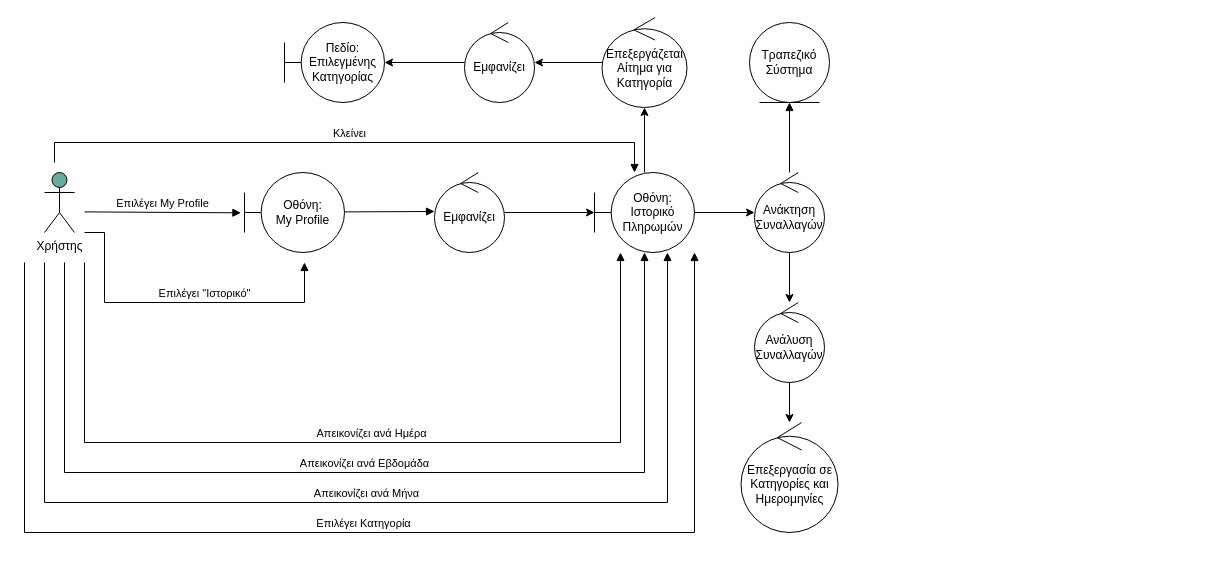
VasilisKyriakos/financial-wallet keeps this draw.io diagram as 3ο Παραδοτέο/Robustness/11. History/history.drawio. Above is the earlier version. Source tidied: cells renumbered, new cells numbered last; positions are measured from the earlier drawing's top-left corner, leaving out a move shared by most shapes. Both pictures are drawn from the tidied source at 100%, with x=0, y=0 at pixel (24, 17).
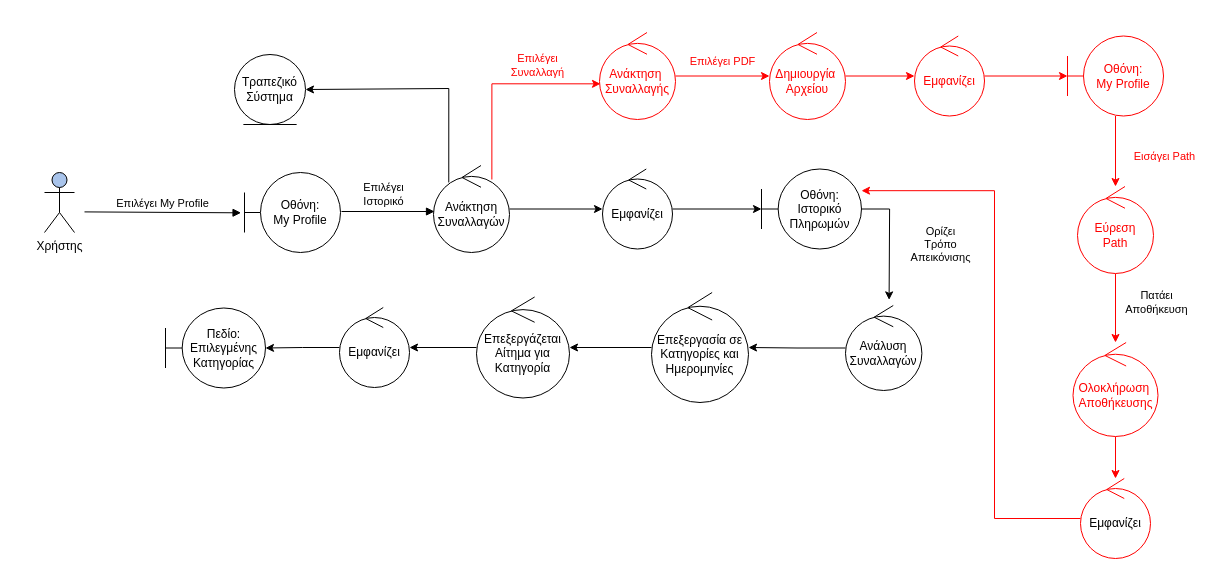
The same page after the edit.

The edit, as a diff of the source:
```diff
@@
-    <mxCell id="2" value="Χρήστης&lt;br&gt;" style="shape=umlActor;verticalLabelPosition=bottom;verticalAlign=top;html=1;fillColor=#67AB9F;" parent="1" vertex="1">
+    <mxCell id="2" value="Χρήστης&lt;br&gt;" style="shape=umlActor;verticalLabelPosition=bottom;verticalAlign=top;html=1;fillColor=#A9C4EB;" parent="1" vertex="1">
       <mxGeometry x="20" y="155" width="30" height="60" as="geometry" />
     </mxCell>
     <mxCell id="3" value="Οθόνη: &lt;br&gt;My Profile" style="shape=umlBoundary;whiteSpace=wrap;html=1;" parent="1" vertex="1">
-      <mxGeometry x="220" y="155" width="100" height="80" as="geometry" />
+      <mxGeometry x="220" y="155" width="96" height="80" as="geometry" />
     </mxCell>
@@
-    <mxCell id="5" style="edgeStyle=orthogonalEdgeStyle;rounded=0;jettySize=auto;html=1;" parent="1" edge="1" source="6" target="11">
-      <mxGeometry relative="1" as="geometry" />
-    </mxCell>
+    <mxCell id="29" style="edgeStyle=orthogonalEdgeStyle;rounded=0;jettySize=auto;html=1;" parent="1" edge="1" source="6" target="14">
+      <mxGeometry relative="1" as="geometry" />
+    </mxCell>
+    <mxCell id="30" style="edgeStyle=orthogonalEdgeStyle;rounded=0;jettySize=auto;html=1;entryX=1;entryY=0.5;entryDx=0;entryDy=0;exitX=0.201;exitY=0.195;exitDx=0;exitDy=0;exitPerimeter=0;" parent="1" edge="1" source="6" target="8">
+      <mxGeometry relative="1" as="geometry">
+        <Array as="points">
+          <mxPoint x="425" y="71" />
+        </Array>
+      </mxGeometry>
+    </mxCell>
+    <mxCell id="31" style="edgeStyle=orthogonalEdgeStyle;rounded=0;jettySize=auto;html=1;entryX=0.013;entryY=0.59;entryDx=0;entryDy=0;entryPerimeter=0;exitX=0.768;exitY=0.161;exitDx=0;exitDy=0;exitPerimeter=0;strokeColor=#FF0000;" parent="1" edge="1" source="6" target="39">
+      <mxGeometry relative="1" as="geometry">
+        <Array as="points">
+          <mxPoint x="467" y="66" />
+        </Array>
+      </mxGeometry>
+    </mxCell>
+    <mxCell id="32" value="Επιλέγει &lt;br&gt;Συναλλαγή" style="edgeLabel;html=1;align=center;verticalAlign=middle;fontColor=#FF0000;" parent="31" vertex="1">
+      <mxGeometry x="0.35" relative="1" as="geometry">
+        <mxPoint x="3" y="-19" as="offset" />
+      </mxGeometry>
+    </mxCell>
     <mxCell id="6" value="Ανάκτηση Συναλλαγών" style="ellipse;shape=umlControl;whiteSpace=wrap;html=1;" parent="1" vertex="1">
-      <mxGeometry x="730" y="155" width="70" height="80" as="geometry" />
+      <mxGeometry x="409" y="148" width="76" height="87" as="geometry" />
     </mxCell>
     <mxCell id="7" style="html=1;verticalAlign=bottom;endArrow=block;rounded=0;" parent="1" edge="1">
       <mxGeometry relative="1" as="geometry">
-        <mxPoint x="320" y="194.4" as="sourcePoint" />
+        <mxPoint x="317" y="194" as="sourcePoint" />
         <mxPoint x="410" y="194" as="targetPoint" />
       </mxGeometry>
     </mxCell>
+    <mxCell id="33" value="Επιλέγει &lt;br&gt;Ιστορικό" style="edgeLabel;html=1;align=center;verticalAlign=middle;" parent="7" vertex="1">
+      <mxGeometry x="-0.21" y="-2" relative="1" as="geometry">
+        <mxPoint x="4" y="-20" as="offset" />
+      </mxGeometry>
+    </mxCell>
     <mxCell id="8" value="Τραπεζικό Σύστημα" style="ellipse;shape=umlEntity;whiteSpace=wrap;html=1;" parent="1" vertex="1">
-      <mxGeometry x="725" y="5" width="80" height="80" as="geometry" />
+      <mxGeometry x="210" y="37" width="71" height="70" as="geometry" />
     </mxCell>
-    <mxCell id="9" style="html=1;verticalAlign=bottom;endArrow=block;rounded=0;entryX=0.5;entryY=1;entryDx=0;entryDy=0;" parent="1" edge="1" target="8">
-      <mxGeometry relative="1" as="geometry">
-        <mxPoint x="765" y="155" as="sourcePoint" />
-      </mxGeometry>
-    </mxCell>
@@
     <mxCell id="11" value="Ανάλυση Συναλλαγών" style="ellipse;shape=umlControl;whiteSpace=wrap;html=1;" parent="1" vertex="1">
-      <mxGeometry x="730" y="285" width="70" height="80" as="geometry" />
+      <mxGeometry x="821" y="288" width="76.4" height="85" as="geometry" />
     </mxCell>
+    <mxCell id="34" style="edgeStyle=orthogonalEdgeStyle;rounded=0;jettySize=auto;html=1;" parent="1" edge="1" source="12" target="23">
+      <mxGeometry relative="1" as="geometry" />
+    </mxCell>
     <mxCell id="12" value="Επεξεργασία σε Κατηγορίες και Ημερομηνίες" style="ellipse;shape=umlControl;whiteSpace=wrap;html=1;" parent="1" vertex="1">
-      <mxGeometry x="716.5" y="405" width="97" height="110" as="geometry" />
+      <mxGeometry x="627" y="275" width="97" height="110" as="geometry" />
     </mxCell>
-    <mxCell id="13" style="edgeStyle=orthogonalEdgeStyle;rounded=0;jettySize=auto;html=1;" parent="1" edge="1" source="14" target="17">
-      <mxGeometry relative="1" as="geometry" />
-    </mxCell>
-    <mxCell id="14" value="Εμφανίζει" style="ellipse;shape=umlControl;whiteSpace=wrap;html=1;" parent="1" vertex="1">
-      <mxGeometry x="410" y="155" width="70" height="80" as="geometry" />
-    </mxCell>
-    <mxCell id="15" style="edgeStyle=orthogonalEdgeStyle;rounded=0;jettySize=auto;html=1;" parent="1" edge="1" source="17" target="6">
-      <mxGeometry relative="1" as="geometry" />
-    </mxCell>
-    <mxCell id="16" style="edgeStyle=orthogonalEdgeStyle;rounded=0;jettySize=auto;html=1;" parent="1" edge="1" source="17" target="23">
-      <mxGeometry relative="1" as="geometry" />
-    </mxCell>
+    <mxCell id="35" style="edgeStyle=orthogonalEdgeStyle;rounded=0;jettySize=auto;html=1;" parent="1" edge="1" source="17">
+      <mxGeometry relative="1" as="geometry">
+        <mxPoint x="864.6" y="282.4" as="targetPoint" />
+      </mxGeometry>
+    </mxCell>
+    <mxCell id="36" value="Ορίζει &lt;br&gt;Τρόπο &lt;br&gt;Απεικόνισης" style="edgeLabel;html=1;align=center;verticalAlign=middle;" parent="35" vertex="1">
+      <mxGeometry x="-0.03" y="-2" relative="1" as="geometry">
+        <mxPoint x="53" y="5" as="offset" />
+      </mxGeometry>
+    </mxCell>
     <mxCell id="17" value="Οθόνη: Ιστορικό Πληρωμών" style="shape=umlBoundary;whiteSpace=wrap;html=1;" parent="1" vertex="1">
-      <mxGeometry x="570" y="155" width="100" height="80" as="geometry" />
+      <mxGeometry x="737" y="151.5" width="100" height="80" as="geometry" />
     </mxCell>
-    <mxCell id="18" value="Απεικονίζει ανά Ημέρα" style="html=1;verticalAlign=bottom;endArrow=block;rounded=0;entryX=0.26;entryY=1;entryDx=0;entryDy=0;entryPerimeter=0;" parent="1" edge="1" target="17">
-      <mxGeometry x="0.03" relative="1" as="geometry">
-        <mxPoint x="60" y="245" as="sourcePoint" />
-        <Array as="points">
-          <mxPoint x="60" y="425" />
-          <mxPoint x="596" y="425" />
-        </Array>
-      </mxGeometry>
-    </mxCell>
-    <mxCell id="19" value="Απεικονίζει ανά Εβδομάδα" style="html=1;verticalAlign=bottom;endArrow=block;rounded=0;" parent="1" edge="1">
-      <mxGeometry x="0.01" relative="1" as="geometry">
-        <mxPoint x="40" y="245" as="sourcePoint" />
-        <mxPoint x="620" y="235" as="targetPoint" />
-        <Array as="points">
-          <mxPoint x="40" y="455" />
-          <mxPoint x="620" y="455" />
-        </Array>
-      </mxGeometry>
-    </mxCell>
-    <mxCell id="20" value="Απεικονίζει ανά Μήνα" style="html=1;verticalAlign=bottom;endArrow=block;rounded=0;" parent="1" edge="1">
-      <mxGeometry x="0.01" relative="1" as="geometry">
-        <mxPoint x="20" y="245" as="sourcePoint" />
-        <mxPoint x="643" y="235" as="targetPoint" />
-        <Array as="points">
-          <mxPoint x="20" y="485" />
-          <mxPoint x="643" y="485" />
-        </Array>
-      </mxGeometry>
-    </mxCell>
-    <mxCell id="21" value="Επιλέγει Κατηγορία" style="html=1;verticalAlign=bottom;endArrow=block;rounded=0;" parent="1" edge="1">
-      <mxGeometry relative="1" as="geometry">
-        <mxPoint y="245" as="sourcePoint" />
-        <mxPoint x="670" y="235" as="targetPoint" />
-        <Array as="points">
-          <mxPoint y="515" />
-          <mxPoint x="670" y="515" />
-        </Array>
-        <mxPoint x="-1" as="offset" />
-      </mxGeometry>
-    </mxCell>
@@
     <mxCell id="23" value="Επεξεργάζεται Αίτημα για Κατηγορία" style="ellipse;shape=umlControl;whiteSpace=wrap;html=1;" parent="1" vertex="1">
-      <mxGeometry x="577.5" width="85" height="90" as="geometry" />
+      <mxGeometry x="452" y="279.5" width="93" height="101" as="geometry" />
     </mxCell>
@@
     <mxCell id="25" value="Εμφανίζει" style="ellipse;shape=umlControl;whiteSpace=wrap;html=1;" parent="1" vertex="1">
-      <mxGeometry x="440" y="5" width="70" height="80" as="geometry" />
+      <mxGeometry x="315" y="290" width="70" height="80" as="geometry" />
     </mxCell>
     <mxCell id="26" value="Πεδίο:&lt;br&gt;Επιλεγμένης Κατηγορίας" style="shape=umlBoundary;whiteSpace=wrap;html=1;" parent="1" vertex="1">
-      <mxGeometry x="260" y="5" width="100" height="80" as="geometry" />
+      <mxGeometry x="141" y="290.5" width="100" height="80" as="geometry" />
     </mxCell>
-    <mxCell id="27" value="Κλείνει" style="html=1;verticalAlign=bottom;endArrow=block;rounded=0;entryX=0.4;entryY=0;entryDx=0;entryDy=0;entryPerimeter=0;" parent="1" edge="1" target="17">
-      <mxGeometry relative="1" as="geometry">
-        <mxPoint x="30" y="145" as="sourcePoint" />
-        <Array as="points">
-          <mxPoint x="30" y="125" />
-          <mxPoint x="610" y="125" />
-        </Array>
-      </mxGeometry>
-    </mxCell>
-    <mxCell id="28" value="Επιλέγει &quot;Ιστορικό&quot;" style="html=1;verticalAlign=bottom;endArrow=block;rounded=0;" parent="1" edge="1">
-      <mxGeometry x="0.15" relative="1" as="geometry">
-        <mxPoint x="60" y="215" as="sourcePoint" />
-        <mxPoint x="280" y="245" as="targetPoint" />
-        <Array as="points">
-          <mxPoint x="80" y="215" />
-          <mxPoint x="80" y="285" />
-          <mxPoint x="280" y="285" />
-        </Array>
-      </mxGeometry>
-    </mxCell>
+    <mxCell id="13" style="edgeStyle=orthogonalEdgeStyle;rounded=0;jettySize=auto;html=1;" parent="1" edge="1" source="14" target="17">
+      <mxGeometry relative="1" as="geometry" />
+    </mxCell>
+    <mxCell id="14" value="Εμφανίζει" style="ellipse;shape=umlControl;whiteSpace=wrap;html=1;" parent="1" vertex="1">
+      <mxGeometry x="578" y="151.5" width="70" height="80" as="geometry" />
+    </mxCell>
+    <mxCell id="37" style="edgeStyle=orthogonalEdgeStyle;rounded=0;jettySize=auto;html=1;strokeColor=#FF0000;" parent="1" edge="1" source="39" target="41">
+      <mxGeometry relative="1" as="geometry" />
+    </mxCell>
+    <mxCell id="38" value="Επιλέγει&amp;nbsp;PDF" style="edgeLabel;html=1;align=center;verticalAlign=middle;fontColor=#FF0000;" parent="37" vertex="1">
+      <mxGeometry x="-0.16" y="3" relative="1" as="geometry">
+        <mxPoint x="7" y="-12" as="offset" />
+      </mxGeometry>
+    </mxCell>
+    <mxCell id="39" value="&lt;font color=&quot;#ff0000&quot;&gt;Ανάκτηση&amp;nbsp;&lt;br&gt;Συναλλαγής&lt;/font&gt;" style="ellipse;shape=umlControl;whiteSpace=wrap;html=1;strokeColor=#FF0000;" parent="1" vertex="1">
+      <mxGeometry x="575" y="15" width="76" height="87" as="geometry" />
+    </mxCell>
+    <mxCell id="40" style="edgeStyle=orthogonalEdgeStyle;rounded=0;jettySize=auto;html=1;strokeColor=#FF0000;" parent="1" edge="1" source="41" target="43">
+      <mxGeometry relative="1" as="geometry" />
+    </mxCell>
+    <mxCell id="41" value="&lt;font color=&quot;#ff0000&quot;&gt;Δημιουργία&amp;nbsp;&lt;br&gt;Αρχείου&lt;/font&gt;" style="ellipse;shape=umlControl;whiteSpace=wrap;html=1;strokeColor=#FF0000;" parent="1" vertex="1">
+      <mxGeometry x="745" y="15" width="76" height="87" as="geometry" />
+    </mxCell>
+    <mxCell id="42" style="edgeStyle=orthogonalEdgeStyle;rounded=0;jettySize=auto;html=1;strokeColor=#FF0000;" parent="1" edge="1" source="43" target="46">
+      <mxGeometry relative="1" as="geometry" />
+    </mxCell>
+    <mxCell id="43" value="&lt;font color=&quot;#ff0000&quot;&gt;Εμφανίζει&lt;/font&gt;" style="ellipse;shape=umlControl;whiteSpace=wrap;html=1;strokeColor=#FF0000;" parent="1" vertex="1">
+      <mxGeometry x="890" y="18.5" width="70" height="80" as="geometry" />
+    </mxCell>
+    <mxCell id="44" style="edgeStyle=orthogonalEdgeStyle;rounded=0;jettySize=auto;html=1;strokeColor=#FF0000;" parent="1" edge="1" source="46" target="48">
+      <mxGeometry relative="1" as="geometry" />
+    </mxCell>
+    <mxCell id="45" value="Εισάγει Path" style="edgeLabel;html=1;align=center;verticalAlign=middle;fontColor=#FF0000;" parent="44" vertex="1">
+      <mxGeometry x="0.18" y="2" relative="1" as="geometry">
+        <mxPoint x="46" y="-2" as="offset" />
+      </mxGeometry>
+    </mxCell>
+    <mxCell id="46" value="&lt;font color=&quot;#ff0000&quot;&gt;Οθόνη: &lt;br&gt;My Profile&lt;/font&gt;" style="shape=umlBoundary;whiteSpace=wrap;html=1;strokeColor=#FF0000;" parent="1" vertex="1">
+      <mxGeometry x="1043" y="18.5" width="96" height="80" as="geometry" />
+    </mxCell>
+    <mxCell id="47" value="Πατάει &lt;br&gt;Αποθήκευση" style="edgeStyle=orthogonalEdgeStyle;rounded=0;jettySize=auto;html=1;strokeColor=#FF0000;" parent="1" edge="1" source="48" target="50">
+      <mxGeometry x="-0.16" y="41" relative="1" as="geometry" />
+    </mxCell>
+    <mxCell id="48" value="&lt;font color=&quot;#ff0000&quot;&gt;Εύρεση&lt;br&gt;Path&lt;/font&gt;" style="ellipse;shape=umlControl;whiteSpace=wrap;html=1;strokeColor=#FF0000;" parent="1" vertex="1">
+      <mxGeometry x="1053" y="169" width="76" height="87" as="geometry" />
+    </mxCell>
+    <mxCell id="49" style="edgeStyle=orthogonalEdgeStyle;rounded=0;jettySize=auto;html=1;strokeColor=#FF0000;" parent="1" edge="1" source="50" target="52">
+      <mxGeometry relative="1" as="geometry" />
+    </mxCell>
+    <mxCell id="50" value="&lt;font color=&quot;#ff0000&quot;&gt;Ολοκλήρωση&amp;nbsp;&lt;br&gt;Αποθήκευσης&lt;/font&gt;" style="ellipse;shape=umlControl;whiteSpace=wrap;html=1;strokeColor=#FF0000;" parent="1" vertex="1">
+      <mxGeometry x="1048.5" y="325" width="85" height="94" as="geometry" />
+    </mxCell>
+    <mxCell id="51" style="edgeStyle=orthogonalEdgeStyle;rounded=0;jettySize=auto;html=1;entryX=1;entryY=0.271;entryDx=0;entryDy=0;entryPerimeter=0;strokeColor=#FF0000;" parent="1" edge="1" source="52" target="17">
+      <mxGeometry relative="1" as="geometry">
+        <Array as="points">
+          <mxPoint x="970" y="501" />
+          <mxPoint x="970" y="173" />
+        </Array>
+      </mxGeometry>
+    </mxCell>
+    <mxCell id="52" value="Εμφανίζει" style="ellipse;shape=umlControl;whiteSpace=wrap;html=1;strokeColor=#FF0000;" parent="1" vertex="1">
+      <mxGeometry x="1056" y="461" width="70" height="80" as="geometry" />
+    </mxCell>
```
